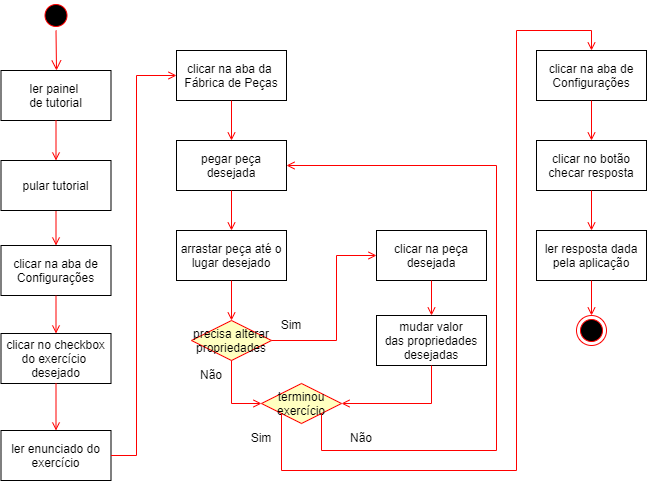
Before: diagramas-grade/atvd-exercicio-slide.drawio.png, a diagram exported from draw.io (PanicAThePython/tcc_NataliaSensWeise). Source tidied: cells renumbered, new cells last; positions are measured from the earlier drawing's top-left corner, leaving out a move shared by most shapes.
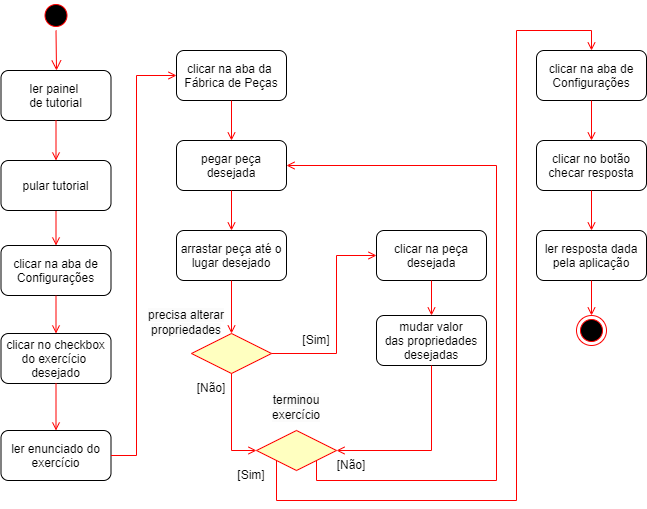
After the change.

What changed in the source:
```diff
@@ -5,43 +5,43 @@
     <mxCell id="2" style="ellipse;shape=startState;fillColor=#000000;strokeColor=#ff0000;" parent="1" vertex="1">
       <mxGeometry x="40.5" width="30" height="30" as="geometry" />
     </mxCell>
-    <mxCell id="3" value="clicar na aba de&#10;Configurações" parent="1" vertex="1">
+    <mxCell id="3" value="clicar na aba de&#10;Configurações" style="rounded=1;glass=0;" parent="1" vertex="1">
       <mxGeometry x="0.5" y="245" width="110" height="50" as="geometry" />
     </mxCell>
     <mxCell id="4" style="endArrow=open;strokeColor=#FF0000;endFill=1;rounded=0;exitX=0.5;exitY=1;exitDx=0;exitDy=0;" parent="1" edge="1" source="11" target="3">
       <mxGeometry relative="1" as="geometry" />
     </mxCell>
-    <mxCell id="5" value="clicar no checkbox&#10;do exercício &#10;desejado" parent="1" vertex="1">
+    <mxCell id="5" value="clicar no checkbox&#10;do exercício &#10;desejado" style="rounded=1;" parent="1" vertex="1">
       <mxGeometry x="0.5" y="333" width="110" height="50" as="geometry" />
     </mxCell>
     <mxCell id="6" style="endArrow=open;strokeColor=#FF0000;endFill=1;rounded=0;" parent="1" edge="1" source="3" target="5">
       <mxGeometry relative="1" as="geometry" />
     </mxCell>
-    <mxCell id="7" value="ler painel &#10;de tutorial" parent="1" vertex="1">
+    <mxCell id="7" value="ler painel &#10;de tutorial" style="rounded=1;" parent="1" vertex="1">
       <mxGeometry x="0.5" y="70" width="110" height="50" as="geometry" />
     </mxCell>
     <mxCell id="8" style="edgeStyle=elbowEdgeStyle;elbow=horizontal;verticalAlign=bottom;endArrow=open;endSize=8;strokeColor=#FF0000;endFill=1;rounded=0;entryX=0.5;entryY=0;entryDx=0;entryDy=0;exitX=0.5;exitY=1;exitDx=0;exitDy=0;" parent="1" edge="1" source="2" target="7">
       <mxGeometry x="-64.5" y="-88" as="geometry" />
     </mxCell>
-    <mxCell id="9" value="&lt;font face=&quot;Helvetica&quot;&gt;Sim&lt;/font&gt;" style="text;html=1;align=center;verticalAlign=middle;whiteSpace=wrap;rounded=0;fontFamily=Architects Daughter;fontSource=https%3A%2F%2Ffonts.googleapis.com%2Fcss%3Ffamily%3DArchitects%2BDaughter;" parent="1" vertex="1">
-      <mxGeometry x="246" y="310" width="90" height="30" as="geometry" />
+    <mxCell id="9" value="&lt;font face=&quot;Helvetica&quot;&gt;[Sim]&lt;/font&gt;" style="text;html=1;align=center;verticalAlign=middle;whiteSpace=wrap;rounded=0;fontFamily=Architects Daughter;fontSource=https%3A%2F%2Ffonts.googleapis.com%2Fcss%3Ffamily%3DArchitects%2BDaughter;" parent="1" vertex="1">
+      <mxGeometry x="271" y="325" width="90" height="30" as="geometry" />
     </mxCell>
-    <mxCell id="10" value="&lt;font face=&quot;Helvetica&quot;&gt;Não&lt;/font&gt;" style="text;html=1;align=center;verticalAlign=middle;whiteSpace=wrap;rounded=0;fontFamily=Architects Daughter;fontSource=https%3A%2F%2Ffonts.googleapis.com%2Fcss%3Ffamily%3DArchitects%2BDaughter;" parent="1" vertex="1">
-      <mxGeometry x="166" y="360" width="90" height="30" as="geometry" />
+    <mxCell id="10" value="&lt;font face=&quot;Helvetica&quot;&gt;[Não]&lt;/font&gt;" style="text;html=1;align=center;verticalAlign=middle;whiteSpace=wrap;rounded=0;fontFamily=Architects Daughter;fontSource=https%3A%2F%2Ffonts.googleapis.com%2Fcss%3Ffamily%3DArchitects%2BDaughter;" parent="1" vertex="1">
+      <mxGeometry x="166" y="373" width="90" height="30" as="geometry" />
     </mxCell>
-    <mxCell id="11" value="pular tutorial" parent="1" vertex="1">
+    <mxCell id="11" value="pular tutorial" style="rounded=1;" parent="1" vertex="1">
       <mxGeometry x="0.5" y="160" width="110" height="50" as="geometry" />
     </mxCell>
     <mxCell id="12" style="endArrow=open;strokeColor=#FF0000;endFill=1;rounded=0;exitX=0.5;exitY=1;exitDx=0;exitDy=0;entryX=0.5;entryY=0;entryDx=0;entryDy=0;" parent="1" edge="1" source="7" target="11">
       <mxGeometry relative="1" as="geometry" />
     </mxCell>
-    <mxCell id="13" value="ler enunciado do&#10;exercício" parent="1" vertex="1">
+    <mxCell id="13" value="ler enunciado do&#10;exercício" style="rounded=1;" parent="1" vertex="1">
       <mxGeometry x="0.5" y="430" width="110" height="50" as="geometry" />
     </mxCell>
     <mxCell id="14" style="endArrow=open;strokeColor=#FF0000;endFill=1;rounded=0;entryX=0.5;entryY=0;entryDx=0;entryDy=0;exitX=0.5;exitY=1;exitDx=0;exitDy=0;" parent="1" edge="1" source="5" target="13">
       <mxGeometry relative="1" as="geometry" />
     </mxCell>
-    <mxCell id="15" value="clicar na aba da &#10;Fábrica de Peças" parent="1" vertex="1">
+    <mxCell id="15" value="clicar na aba da &#10;Fábrica de Peças" style="rounded=1;" parent="1" vertex="1">
       <mxGeometry x="176" y="50" width="110" height="50" as="geometry" />
     </mxCell>
     <mxCell id="16" style="endArrow=open;strokeColor=#FF0000;endFill=1;rounded=0;exitX=1;exitY=0.5;exitDx=0;exitDy=0;entryX=0;entryY=0.5;entryDx=0;entryDy=0;" parent="1" edge="1" source="13" target="15">
@@ -52,28 +52,28 @@
         </Array>
       </mxGeometry>
     </mxCell>
-    <mxCell id="17" value="pegar peça&#10;desejada" parent="1" vertex="1">
+    <mxCell id="17" value="pegar peça&#10;desejada" style="rounded=1;" parent="1" vertex="1">
       <mxGeometry x="176" y="140" width="110" height="50" as="geometry" />
     </mxCell>
-    <mxCell id="18" value="arrastar peça até o&#10;lugar desejado" parent="1" vertex="1">
+    <mxCell id="18" value="arrastar peça até o&#10;lugar desejado" style="rounded=1;" parent="1" vertex="1">
       <mxGeometry x="176" y="230" width="110" height="50" as="geometry" />
     </mxCell>
-    <mxCell id="19" value="precisa alterar&#10;propriedades" style="rhombus;fillColor=#ffffc0;strokeColor=#ff0000;" parent="1" vertex="1">
-      <mxGeometry x="191" y="320" width="80" height="40" as="geometry" />
+    <mxCell id="19" style="rhombus;fillColor=#ffffc0;strokeColor=#ff0000;" parent="1" vertex="1">
+      <mxGeometry x="191" y="333" width="80" height="40" as="geometry" />
     </mxCell>
-    <mxCell id="20" value="mudar valor&#10;das propriedades&#10;desejadas" parent="1" vertex="1">
+    <mxCell id="20" value="mudar valor&#10;das propriedades&#10;desejadas" style="rounded=1;" parent="1" vertex="1">
       <mxGeometry x="376" y="315" width="110" height="50" as="geometry" />
     </mxCell>
-    <mxCell id="21" value="terminou&#10;exercício" style="rhombus;fillColor=#ffffc0;strokeColor=#ff0000;" parent="1" vertex="1">
-      <mxGeometry x="261" y="383" width="80" height="40" as="geometry" />
+    <mxCell id="21" style="rhombus;fillColor=#ffffc0;strokeColor=#ff0000;" parent="1" vertex="1">
+      <mxGeometry x="256" y="430" width="80" height="40" as="geometry" />
     </mxCell>
-    <mxCell id="22" value="clicar na aba de&#10;Configurações" parent="1" vertex="1">
+    <mxCell id="22" value="clicar na aba de&#10;Configurações" style="rounded=1;" parent="1" vertex="1">
       <mxGeometry x="536" y="50" width="110" height="50" as="geometry" />
     </mxCell>
-    <mxCell id="23" value="clicar no botão&#10;checar resposta" parent="1" vertex="1">
+    <mxCell id="23" value="clicar no botão&#10;checar resposta" style="rounded=1;" parent="1" vertex="1">
       <mxGeometry x="536" y="140" width="110" height="50" as="geometry" />
     </mxCell>
-    <mxCell id="24" value="ler resposta dada&#10;pela aplicação" parent="1" vertex="1">
+    <mxCell id="24" value="ler resposta dada&#10;pela aplicação" style="rounded=1;" parent="1" vertex="1">
       <mxGeometry x="536" y="230" width="110" height="50" as="geometry" />
     </mxCell>
     <mxCell id="25" style="ellipse;shape=endState;fillColor=#000000;strokeColor=#ff0000;" parent="1" vertex="1">
@@ -91,7 +91,7 @@
     <mxCell id="29" style="endArrow=open;strokeColor=#FF0000;endFill=1;rounded=0;entryX=0;entryY=0.5;entryDx=0;entryDy=0;exitX=1;exitY=0.5;exitDx=0;exitDy=0;" parent="1" edge="1" source="19" target="39">
       <mxGeometry relative="1" as="geometry">
         <Array as="points">
-          <mxPoint x="336" y="340" />
+          <mxPoint x="336" y="353" />
           <mxPoint x="336" y="255" />
         </Array>
       </mxGeometry>
@@ -99,41 +99,41 @@
     <mxCell id="30" style="endArrow=open;strokeColor=#FF0000;endFill=1;rounded=0;entryX=0;entryY=0.5;entryDx=0;entryDy=0;exitX=0.5;exitY=1;exitDx=0;exitDy=0;" parent="1" edge="1" source="19" target="21">
       <mxGeometry relative="1" as="geometry">
         <Array as="points">
-          <mxPoint x="231" y="403" />
+          <mxPoint x="231" y="450" />
         </Array>
       </mxGeometry>
     </mxCell>
     <mxCell id="31" style="endArrow=open;strokeColor=#FF0000;endFill=1;rounded=0;entryX=1;entryY=0.5;entryDx=0;entryDy=0;exitX=0.5;exitY=1;exitDx=0;exitDy=0;" parent="1" edge="1" source="20" target="21">
       <mxGeometry relative="1" as="geometry">
         <Array as="points">
-          <mxPoint x="431" y="403" />
+          <mxPoint x="431" y="450" />
         </Array>
       </mxGeometry>
     </mxCell>
     <mxCell id="32" style="endArrow=open;strokeColor=#FF0000;endFill=1;rounded=0;exitX=1;exitY=1;exitDx=0;exitDy=0;entryX=1;entryY=0.5;entryDx=0;entryDy=0;" parent="1" edge="1" source="21" target="17">
       <mxGeometry relative="1" as="geometry">
         <Array as="points">
-          <mxPoint x="321" y="450" />
-          <mxPoint x="496" y="450" />
+          <mxPoint x="316" y="480" />
+          <mxPoint x="496" y="480" />
           <mxPoint x="496" y="165" />
         </Array>
       </mxGeometry>
     </mxCell>
-    <mxCell id="33" value="&lt;font face=&quot;Helvetica&quot;&gt;Não&lt;/font&gt;" style="text;html=1;align=center;verticalAlign=middle;whiteSpace=wrap;rounded=0;fontFamily=Architects Daughter;fontSource=https%3A%2F%2Ffonts.googleapis.com%2Fcss%3Ffamily%3DArchitects%2BDaughter;" parent="1" vertex="1">
-      <mxGeometry x="316" y="423" width="90" height="30" as="geometry" />
+    <mxCell id="33" value="&lt;font face=&quot;Helvetica&quot;&gt;[Não]&lt;/font&gt;" style="text;html=1;align=center;verticalAlign=middle;whiteSpace=wrap;rounded=0;fontFamily=Architects Daughter;fontSource=https%3A%2F%2Ffonts.googleapis.com%2Fcss%3Ffamily%3DArchitects%2BDaughter;" parent="1" vertex="1">
+      <mxGeometry x="306" y="450" width="90" height="30" as="geometry" />
     </mxCell>
     <mxCell id="34" style="endArrow=open;strokeColor=#FF0000;endFill=1;rounded=0;entryX=0.5;entryY=0;entryDx=0;entryDy=0;exitX=0;exitY=1;exitDx=0;exitDy=0;" parent="1" edge="1" source="21" target="22">
       <mxGeometry relative="1" as="geometry">
         <Array as="points">
-          <mxPoint x="281" y="470" />
-          <mxPoint x="516" y="470" />
+          <mxPoint x="276" y="500" />
+          <mxPoint x="516" y="500" />
           <mxPoint x="516" y="30" />
           <mxPoint x="591" y="30" />
         </Array>
       </mxGeometry>
     </mxCell>
-    <mxCell id="35" value="&lt;font face=&quot;Helvetica&quot;&gt;Sim&lt;/font&gt;" style="text;html=1;align=center;verticalAlign=middle;whiteSpace=wrap;rounded=0;fontFamily=Architects Daughter;fontSource=https%3A%2F%2Ffonts.googleapis.com%2Fcss%3Ffamily%3DArchitects%2BDaughter;" parent="1" vertex="1">
-      <mxGeometry x="216" y="423" width="90" height="30" as="geometry" />
+    <mxCell id="35" value="&lt;font face=&quot;Helvetica&quot;&gt;[Sim]&lt;/font&gt;" style="text;html=1;align=center;verticalAlign=middle;whiteSpace=wrap;rounded=0;fontFamily=Architects Daughter;fontSource=https%3A%2F%2Ffonts.googleapis.com%2Fcss%3Ffamily%3DArchitects%2BDaughter;" parent="1" vertex="1">
+      <mxGeometry x="206" y="460" width="90" height="30" as="geometry" />
     </mxCell>
     <mxCell id="36" style="endArrow=open;strokeColor=#FF0000;endFill=1;rounded=0;exitX=0.5;exitY=1;exitDx=0;exitDy=0;" parent="1" edge="1" source="22" target="23">
       <mxGeometry relative="1" as="geometry" />
@@ -144,11 +144,17 @@
     <mxCell id="38" style="endArrow=open;strokeColor=#FF0000;endFill=1;rounded=0;entryX=0.5;entryY=0;entryDx=0;entryDy=0;exitX=0.5;exitY=1;exitDx=0;exitDy=0;" parent="1" edge="1" source="24" target="25">
       <mxGeometry relative="1" as="geometry" />
     </mxCell>
-    <mxCell id="39" value="clicar na peça&#10;desejada" parent="1" vertex="1">
+    <mxCell id="39" value="clicar na peça&#10;desejada" style="rounded=1;" parent="1" vertex="1">
       <mxGeometry x="376" y="230" width="110" height="50" as="geometry" />
     </mxCell>
     <mxCell id="40" style="endArrow=open;strokeColor=#FF0000;endFill=1;rounded=0;entryX=0.5;entryY=0;entryDx=0;entryDy=0;exitX=0.5;exitY=1;exitDx=0;exitDy=0;" parent="1" edge="1" source="39" target="20">
       <mxGeometry relative="1" as="geometry" />
     </mxCell>
+    <mxCell id="41" value="&#10;&lt;span style=&quot;color: rgb(0, 0, 0); font-family: Helvetica; font-size: 12px; font-style: normal; font-variant-ligatures: normal; font-variant-caps: normal; font-weight: 400; letter-spacing: normal; orphans: 2; text-align: center; text-indent: 0px; text-transform: none; widows: 2; word-spacing: 0px; -webkit-text-stroke-width: 0px; white-space: nowrap; background-color: rgb(251, 251, 251); text-decoration-thickness: initial; text-decoration-style: initial; text-decoration-color: initial; display: inline !important; float: none;&quot;&gt;precisa alterar&lt;/span&gt;&lt;br style=&quot;forced-color-adjust: none; padding: 0px; margin: 0px; color: rgb(0, 0, 0); font-family: Helvetica; font-size: 12px; font-style: normal; font-variant-ligatures: normal; font-variant-caps: normal; font-weight: 400; letter-spacing: normal; orphans: 2; text-align: center; text-indent: 0px; text-transform: none; widows: 2; word-spacing: 0px; -webkit-text-stroke-width: 0px; white-space: nowrap; background-color: rgb(251, 251, 251); text-decoration-thickness: initial; text-decoration-style: initial; text-decoration-color: initial;&quot;&gt;&lt;span style=&quot;color: rgb(0, 0, 0); font-family: Helvetica; font-size: 12px; font-style: normal; font-variant-ligatures: normal; font-variant-caps: normal; font-weight: 400; letter-spacing: normal; orphans: 2; text-align: center; text-indent: 0px; text-transform: none; widows: 2; word-spacing: 0px; -webkit-text-stroke-width: 0px; white-space: nowrap; background-color: rgb(251, 251, 251); text-decoration-thickness: initial; text-decoration-style: initial; text-decoration-color: initial; display: inline !important; float: none;&quot;&gt;propriedades&lt;/span&gt;&#10;&#10;" style="text;html=1;align=center;verticalAlign=middle;whiteSpace=wrap;rounded=0;fontFamily=Architects Daughter;fontSource=https%3A%2F%2Ffonts.googleapis.com%2Fcss%3Ffamily%3DArchitects%2BDaughter;" parent="1" vertex="1">
+      <mxGeometry x="156" y="315" width="60" height="30" as="geometry" />
+    </mxCell>
+    <mxCell id="42" value="&#10;&lt;span style=&quot;color: rgb(0, 0, 0); font-family: Helvetica; font-size: 12px; font-style: normal; font-variant-ligatures: normal; font-variant-caps: normal; font-weight: 400; letter-spacing: normal; orphans: 2; text-align: center; text-indent: 0px; text-transform: none; widows: 2; word-spacing: 0px; -webkit-text-stroke-width: 0px; white-space: nowrap; background-color: rgb(251, 251, 251); text-decoration-thickness: initial; text-decoration-style: initial; text-decoration-color: initial; display: inline !important; float: none;&quot;&gt;terminou&lt;/span&gt;&lt;br style=&quot;forced-color-adjust: none; padding: 0px; margin: 0px; color: rgb(0, 0, 0); font-family: Helvetica; font-size: 12px; font-style: normal; font-variant-ligatures: normal; font-variant-caps: normal; font-weight: 400; letter-spacing: normal; orphans: 2; text-align: center; text-indent: 0px; text-transform: none; widows: 2; word-spacing: 0px; -webkit-text-stroke-width: 0px; white-space: nowrap; background-color: rgb(251, 251, 251); text-decoration-thickness: initial; text-decoration-style: initial; text-decoration-color: initial;&quot;&gt;&lt;span style=&quot;color: rgb(0, 0, 0); font-family: Helvetica; font-size: 12px; font-style: normal; font-variant-ligatures: normal; font-variant-caps: normal; font-weight: 400; letter-spacing: normal; orphans: 2; text-align: center; text-indent: 0px; text-transform: none; widows: 2; word-spacing: 0px; -webkit-text-stroke-width: 0px; white-space: nowrap; background-color: rgb(251, 251, 251); text-decoration-thickness: initial; text-decoration-style: initial; text-decoration-color: initial; display: inline !important; float: none;&quot;&gt;exercício&lt;/span&gt;&#10;&#10;" style="text;html=1;align=center;verticalAlign=middle;whiteSpace=wrap;rounded=0;fontFamily=Architects Daughter;fontSource=https%3A%2F%2Ffonts.googleapis.com%2Fcss%3Ffamily%3DArchitects%2BDaughter;" parent="1" vertex="1">
+      <mxGeometry x="266" y="400" width="60" height="30" as="geometry" />
+    </mxCell>
   </root>
 </mxGraphModel>
```
